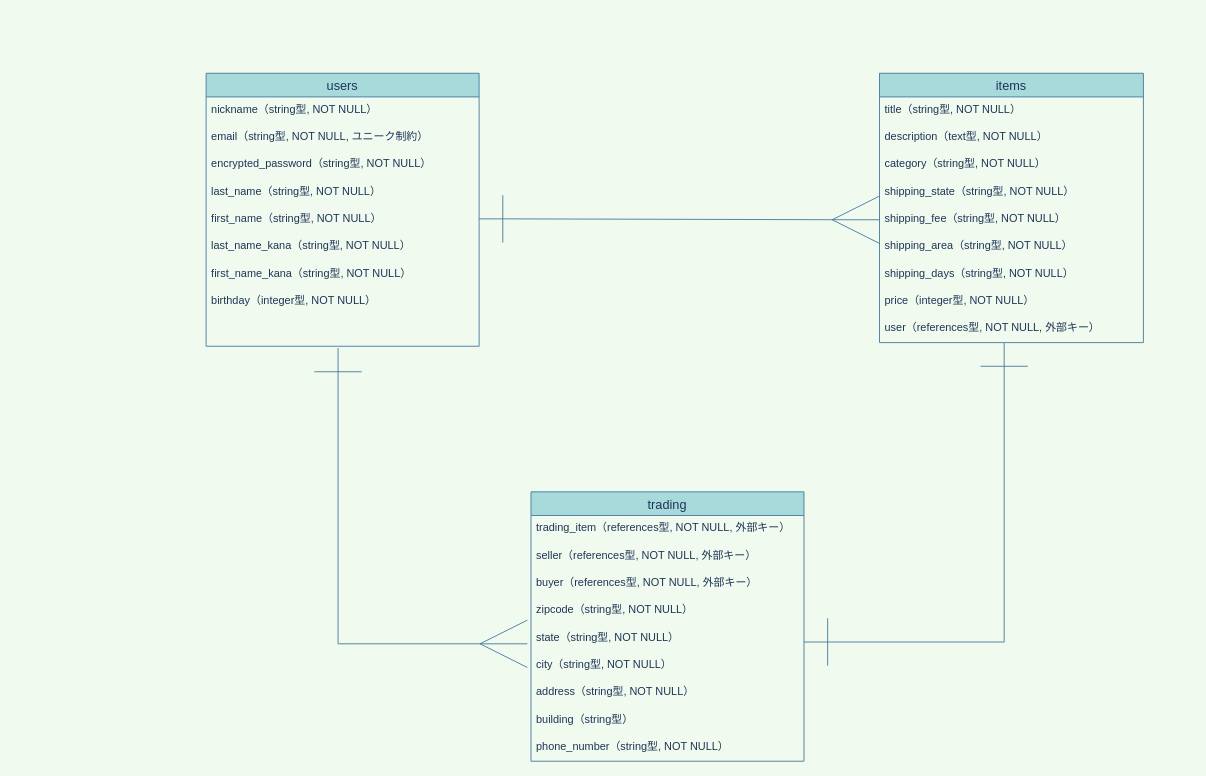
Earlier version of the draw.io diagram config/ER.dio (fe3524/furima-36476). Source tidied: cells renumbered, new cells numbered last; positions are measured from the earlier drawing's top-left corner, leaving out a move shared by most shapes. Both pictures are drawn from the tidied source at 91%, with x=0, y=0 at pixel (206, 73).
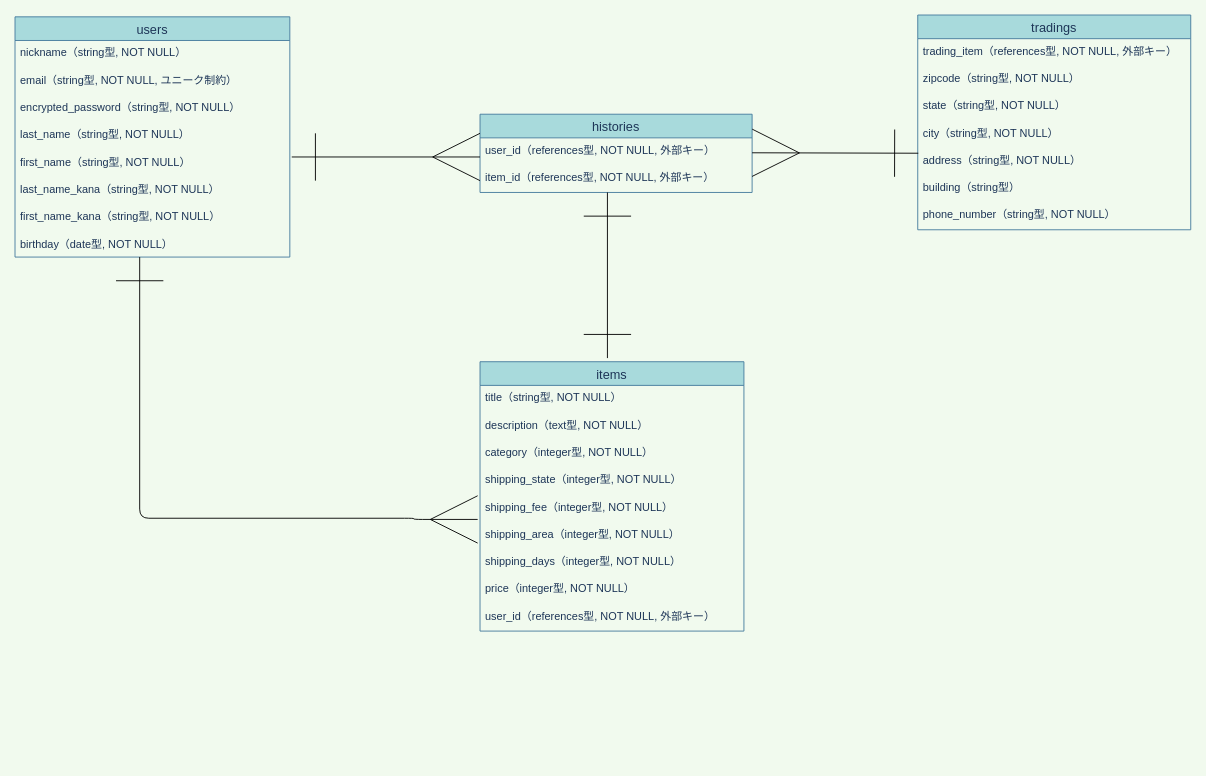
After the change.

Commit message (it also covers changes not shown here):
ER図／READMEの修正①

Change to the diagram source:
```diff
@@
     <mxCell id="2" value="users" style="swimlane;fontStyle=0;horizontal=1;startSize=26;align=center;fontSize=14;rounded=0;sketch=0;fillColor=#A8DADC;strokeColor=#457B9D;fontColor=#1D3557;" parent="1" vertex="1">
-      <mxGeometry width="300" height="300" as="geometry" />
+      <mxGeometry x="-210" y="-62" width="302" height="264" as="geometry" />
     </mxCell>
     <mxCell id="3" value="nickname（string型, NOT NULL）" style="text;strokeColor=none;fillColor=none;spacingLeft=4;spacingRight=4;overflow=hidden;fontSize=12;fontColor=#1D3557;" parent="2" vertex="1">
-      <mxGeometry y="26" width="300" height="30" as="geometry" />
+      <mxGeometry y="26" width="302" height="30" as="geometry" />
     </mxCell>
     <mxCell id="4" value="email（string型, NOT NULL, ユニーク制約）" style="text;strokeColor=none;fillColor=none;spacingLeft=4;spacingRight=4;overflow=hidden;fontSize=12;fontColor=#1D3557;" parent="2" vertex="1">
-      <mxGeometry y="56" width="300" height="30" as="geometry" />
+      <mxGeometry y="56" width="302" height="30" as="geometry" />
     </mxCell>
     <mxCell id="5" value="encrypted_password（string型, NOT NULL）" style="text;strokeColor=none;fillColor=none;spacingLeft=4;spacingRight=4;overflow=hidden;fontSize=12;fontColor=#1D3557;" parent="2" vertex="1">
-      <mxGeometry y="86" width="300" height="30" as="geometry" />
+      <mxGeometry y="86" width="302" height="30" as="geometry" />
     </mxCell>
     <mxCell id="6" value="last_name（string型, NOT NULL）" style="text;strokeColor=none;fillColor=none;spacingLeft=4;spacingRight=4;overflow=hidden;fontSize=12;fontColor=#1D3557;" parent="2" vertex="1">
-      <mxGeometry y="116" width="300" height="30" as="geometry" />
+      <mxGeometry y="116" width="302" height="30" as="geometry" />
     </mxCell>
     <mxCell id="7" value="first_name（string型, NOT NULL）" style="text;strokeColor=none;fillColor=none;spacingLeft=4;spacingRight=4;overflow=hidden;points=[[0,0.5],[1,0.5]];portConstraint=eastwest;fontSize=12;fontColor=#1D3557;" parent="2" vertex="1">
-      <mxGeometry y="146" width="300" height="30" as="geometry" />
+      <mxGeometry y="146" width="302" height="30" as="geometry" />
     </mxCell>
     <mxCell id="8" value="last_name_kana（string型, NOT NULL）" style="text;strokeColor=none;fillColor=none;spacingLeft=4;spacingRight=4;overflow=hidden;fontSize=12;fontColor=#1D3557;" parent="2" vertex="1">
-      <mxGeometry y="176" width="300" height="30" as="geometry" />
+      <mxGeometry y="176" width="302" height="30" as="geometry" />
     </mxCell>
     <mxCell id="9" value="first_name_kana（string型, NOT NULL）" style="text;strokeColor=none;fillColor=none;spacingLeft=4;spacingRight=4;overflow=hidden;fontSize=12;fontColor=#1D3557;" parent="2" vertex="1">
-      <mxGeometry y="206" width="300" height="30" as="geometry" />
+      <mxGeometry y="206" width="302" height="30" as="geometry" />
     </mxCell>
-    <mxCell id="10" value="birthday（integer型, NOT NULL）" style="text;strokeColor=none;fillColor=none;spacingLeft=4;spacingRight=4;overflow=hidden;fontSize=12;fontColor=#1D3557;" parent="2" vertex="1">
-      <mxGeometry y="236" width="300" height="64" as="geometry" />
+    <mxCell id="10" value="birthday（date型, NOT NULL）" style="text;strokeColor=none;fillColor=none;spacingLeft=4;spacingRight=4;overflow=hidden;fontSize=12;fontColor=#1D3557;" parent="2" vertex="1">
+      <mxGeometry y="236" width="302" height="28" as="geometry" />
     </mxCell>
     <mxCell id="11" value="items" style="swimlane;fontStyle=0;horizontal=1;startSize=26;align=center;fontSize=14;rounded=0;sketch=0;fillColor=#A8DADC;strokeColor=#457B9D;fontColor=#1D3557;" parent="1" vertex="1">
-      <mxGeometry x="740" width="290" height="296" as="geometry" />
+      <mxGeometry x="301" y="317" width="290" height="296" as="geometry" />
     </mxCell>
@@
-    <mxCell id="14" value="category（string型, NOT NULL）" style="text;strokeColor=none;fillColor=none;spacingLeft=4;spacingRight=4;overflow=hidden;fontSize=12;fontColor=#1D3557;" parent="11" vertex="1">
+    <mxCell id="14" value="category（integer型, NOT NULL）" style="text;strokeColor=none;fillColor=none;spacingLeft=4;spacingRight=4;overflow=hidden;fontSize=12;fontColor=#1D3557;" parent="11" vertex="1">
       <mxGeometry y="86" width="290" height="30" as="geometry" />
     </mxCell>
-    <mxCell id="15" value="shipping_state（string型, NOT NULL）" style="text;strokeColor=none;fillColor=none;spacingLeft=4;spacingRight=4;overflow=hidden;fontSize=12;fontColor=#1D3557;" parent="11" vertex="1">
+    <mxCell id="15" value="shipping_state（integer型, NOT NULL）" style="text;strokeColor=none;fillColor=none;spacingLeft=4;spacingRight=4;overflow=hidden;fontSize=12;fontColor=#1D3557;" parent="11" vertex="1">
       <mxGeometry y="116" width="290" height="30" as="geometry" />
     </mxCell>
-    <mxCell id="16" value="shipping_fee（string型, NOT NULL）" style="text;strokeColor=none;fillColor=none;spacingLeft=4;spacingRight=4;overflow=hidden;points=[[0,0.5],[1,0.5]];portConstraint=eastwest;fontSize=12;fontColor=#1D3557;" parent="11" vertex="1">
+    <mxCell id="16" value="shipping_fee（integer型, NOT NULL）" style="text;strokeColor=none;fillColor=none;spacingLeft=4;spacingRight=4;overflow=hidden;points=[[0,0.5],[1,0.5]];portConstraint=eastwest;fontSize=12;fontColor=#1D3557;" parent="11" vertex="1">
       <mxGeometry y="146" width="290" height="30" as="geometry" />
     </mxCell>
-    <mxCell id="17" value="shipping_area（string型, NOT NULL）" style="text;strokeColor=none;fillColor=none;spacingLeft=4;spacingRight=4;overflow=hidden;points=[[0,0.5],[1,0.5]];portConstraint=eastwest;fontSize=12;fontColor=#1D3557;" parent="11" vertex="1">
+    <mxCell id="17" value="shipping_area（integer型, NOT NULL）" style="text;strokeColor=none;fillColor=none;spacingLeft=4;spacingRight=4;overflow=hidden;points=[[0,0.5],[1,0.5]];portConstraint=eastwest;fontSize=12;fontColor=#1D3557;" parent="11" vertex="1">
       <mxGeometry y="176" width="290" height="30" as="geometry" />
     </mxCell>
-    <mxCell id="18" value="shipping_days（string型, NOT NULL）" style="text;strokeColor=none;fillColor=none;spacingLeft=4;spacingRight=4;overflow=hidden;fontSize=12;fontColor=#1D3557;" parent="11" vertex="1">
+    <mxCell id="18" value="shipping_days（integer型, NOT NULL）" style="text;strokeColor=none;fillColor=none;spacingLeft=4;spacingRight=4;overflow=hidden;fontSize=12;fontColor=#1D3557;" parent="11" vertex="1">
       <mxGeometry y="206" width="290" height="30" as="geometry" />
     </mxCell>
@@
-    <mxCell id="20" value="user（references型, NOT NULL, 外部キー）" style="text;strokeColor=none;fillColor=none;spacingLeft=4;spacingRight=4;overflow=hidden;fontSize=12;fontColor=#1D3557;" parent="11" vertex="1">
+    <mxCell id="20" value="user_id（references型, NOT NULL, 外部キー）" style="text;strokeColor=none;fillColor=none;spacingLeft=4;spacingRight=4;overflow=hidden;fontSize=12;fontColor=#1D3557;" parent="11" vertex="1">
       <mxGeometry y="266" width="290" height="30" as="geometry" />
     </mxCell>
-    <mxCell id="21" value="trading" style="swimlane;fontStyle=0;horizontal=1;startSize=26;align=center;fontSize=14;rounded=0;sketch=0;fillColor=#A8DADC;strokeColor=#457B9D;fontColor=#1D3557;" parent="1" vertex="1">
-      <mxGeometry x="357" y="460" width="300" height="296" as="geometry" />
+    <mxCell id="21" value="tradings" style="swimlane;fontStyle=0;horizontal=1;startSize=26;align=center;fontSize=14;rounded=0;sketch=0;fillColor=#A8DADC;strokeColor=#457B9D;fontColor=#1D3557;" parent="1" vertex="1">
+      <mxGeometry x="782" y="-64" width="300" height="236" as="geometry" />
     </mxCell>
@@
-    <mxCell id="23" value="seller（references型, NOT NULL, 外部キー）" style="text;strokeColor=none;fillColor=none;spacingLeft=4;spacingRight=4;overflow=hidden;fontSize=12;fontColor=#1D3557;" parent="21" vertex="1">
-      <mxGeometry y="56" width="300" height="30" as="geometry" />
-    </mxCell>
-    <mxCell id="24" value="buyer（references型, NOT NULL, 外部キー）" style="text;strokeColor=none;fillColor=none;spacingLeft=4;spacingRight=4;overflow=hidden;fontSize=12;fontColor=#1D3557;" parent="21" vertex="1">
-      <mxGeometry y="86" width="300" height="30" as="geometry" />
-    </mxCell>
     <mxCell id="25" value="zipcode（string型, NOT NULL）" style="text;strokeColor=none;fillColor=none;spacingLeft=4;spacingRight=4;overflow=hidden;fontSize=12;fontColor=#1D3557;" parent="21" vertex="1">
-      <mxGeometry y="116" width="300" height="30" as="geometry" />
+      <mxGeometry y="56" width="300" height="30" as="geometry" />
     </mxCell>
     <mxCell id="26" value="state（string型, NOT NULL）" style="text;strokeColor=none;fillColor=none;spacingLeft=4;spacingRight=4;overflow=hidden;fontSize=12;fontColor=#1D3557;" parent="21" vertex="1">
-      <mxGeometry y="146" width="300" height="30" as="geometry" />
+      <mxGeometry y="86" width="300" height="30" as="geometry" />
     </mxCell>
     <mxCell id="27" value="city（string型, NOT NULL）" style="text;strokeColor=none;fillColor=none;spacingLeft=4;spacingRight=4;overflow=hidden;fontSize=12;fontColor=#1D3557;" parent="21" vertex="1">
-      <mxGeometry y="176" width="300" height="30" as="geometry" />
+      <mxGeometry y="116" width="300" height="30" as="geometry" />
     </mxCell>
     <mxCell id="28" value="address（string型, NOT NULL）" style="text;strokeColor=none;fillColor=none;spacingLeft=4;spacingRight=4;overflow=hidden;points=[[0,0.5],[1,0.5]];portConstraint=eastwest;fontSize=12;fontColor=#1D3557;" parent="21" vertex="1">
-      <mxGeometry y="206" width="300" height="30" as="geometry" />
+      <mxGeometry y="146" width="300" height="30" as="geometry" />
     </mxCell>
     <mxCell id="29" value="building（string型）" style="text;strokeColor=none;fillColor=none;spacingLeft=4;spacingRight=4;overflow=hidden;fontSize=12;fontColor=#1D3557;" parent="21" vertex="1">
-      <mxGeometry y="236" width="300" height="30" as="geometry" />
+      <mxGeometry y="176" width="300" height="30" as="geometry" />
     </mxCell>
     <mxCell id="30" value="phone_number（string型, NOT NULL）" style="text;strokeColor=none;fillColor=none;spacingLeft=4;spacingRight=4;overflow=hidden;fontSize=12;fontColor=#1D3557;" parent="21" vertex="1">
-      <mxGeometry y="266" width="300" height="30" as="geometry" />
+      <mxGeometry y="206" width="300" height="30" as="geometry" />
     </mxCell>
-    <mxCell id="31" style="edgeStyle=entityRelationEdgeStyle;fontSize=12;html=1;endArrow=ERmany;entryX=0;entryY=0.5;entryDx=0;entryDy=0;endSize=50;startSize=50;labelBackgroundColor=#F1FAEE;strokeColor=#457B9D;fontColor=#1D3557;startArrow=ERone;startFill=0;endFill=0;" parent="1" edge="1" target="16">
-      <mxGeometry relative="1" as="geometry">
-        <mxPoint x="300" y="160" as="sourcePoint" />
-      </mxGeometry>
-    </mxCell>
-    <mxCell id="32" style="edgeStyle=orthogonalEdgeStyle;fontSize=12;html=1;endArrow=ERone;startArrow=ERone;fontColor=#1D3557;strokeColor=#457B9D;fillColor=#A8DADC;rounded=0;endSize=50;startSize=50;startFill=0;endFill=0;" parent="1" edge="1">
-      <mxGeometry relative="1" as="geometry">
-        <mxPoint x="657" y="625" as="sourcePoint" />
-        <mxPoint x="877" y="296" as="targetPoint" />
-        <Array as="points">
-          <mxPoint x="877" y="625" />
-        </Array>
-      </mxGeometry>
-    </mxCell>
-    <mxCell id="33" style="edgeStyle=orthogonalEdgeStyle;fontSize=12;html=1;endArrow=ERone;startArrow=ERmany;fontColor=#1D3557;strokeColor=#457B9D;fillColor=#A8DADC;rounded=0;endSize=50;startSize=50;startFill=0;endFill=0;" parent="1" edge="1">
-      <mxGeometry relative="1" as="geometry">
-        <mxPoint x="353" y="627" as="sourcePoint" />
-        <mxPoint x="145" y="302" as="targetPoint" />
-        <Array as="points">
-          <mxPoint x="145" y="627" />
-        </Array>
-      </mxGeometry>
+    <mxCell id="33" value="histories" style="swimlane;fontStyle=0;horizontal=1;startSize=26;align=center;fontSize=14;rounded=0;sketch=0;fillColor=#A8DADC;strokeColor=#457B9D;fontColor=#1D3557;" parent="1" vertex="1">
+      <mxGeometry x="301" y="45" width="299" height="86" as="geometry" />
     </mxCell>
+    <mxCell id="34" value="user_id（references型, NOT NULL, 外部キー）" style="text;strokeColor=none;fillColor=none;spacingLeft=4;spacingRight=4;overflow=hidden;fontSize=12;fontColor=#1D3557;" parent="33" vertex="1">
+      <mxGeometry y="26" width="299" height="30" as="geometry" />
+    </mxCell>
+    <mxCell id="35" value="item_id（references型, NOT NULL, 外部キー）" style="text;strokeColor=none;fillColor=none;spacingLeft=4;spacingRight=4;overflow=hidden;fontSize=12;fontColor=#1D3557;" parent="33" vertex="1">
+      <mxGeometry y="56" width="299" height="30" as="geometry" />
+    </mxCell>
+    <mxCell id="36" style="edgeStyle=orthogonalEdgeStyle;fontSize=12;html=1;endArrow=ERone;endFill=0;strokeColor=#000000;startSize=50;endSize=50;startArrow=ERmany;startFill=0;exitX=-0.009;exitY=-0.09;exitDx=0;exitDy=0;exitPerimeter=0;" parent="1" edge="1" source="17">
+      <mxGeometry relative="1" as="geometry">
+        <mxPoint x="-73" y="202" as="targetPoint" />
+        <Array as="points">
+          <mxPoint x="228" y="490" />
+          <mxPoint x="-73" y="489" />
+        </Array>
+      </mxGeometry>
+    </mxCell>
+    <mxCell id="37" style="fontSize=12;html=1;endArrow=ERone;endFill=0;strokeColor=#000000;startSize=50;endSize=50;startArrow=ERmany;startFill=0;entryX=1.007;entryY=0.267;entryDx=0;entryDy=0;entryPerimeter=0;" parent="1" edge="1" target="7">
+      <mxGeometry relative="1" as="geometry">
+        <mxPoint x="301" y="92" as="sourcePoint" />
+      </mxGeometry>
+    </mxCell>
+    <mxCell id="38" style="fontSize=12;html=1;endArrow=ERone;endFill=0;strokeColor=#000000;startSize=50;endSize=50;startArrow=ERmany;startFill=0;entryX=0.002;entryY=0.196;entryDx=0;entryDy=0;entryPerimeter=0;" parent="1" edge="1" target="28">
+      <mxGeometry relative="1" as="geometry">
+        <mxPoint x="600" y="87.4" as="sourcePoint" />
+      </mxGeometry>
+    </mxCell>
+    <mxCell id="39" style="fontSize=12;html=1;endArrow=ERone;endFill=0;strokeColor=#000000;startSize=50;endSize=50;startArrow=ERone;startFill=0;" parent="1" edge="1">
+      <mxGeometry relative="1" as="geometry">
+        <mxPoint x="441" y="131" as="sourcePoint" />
+        <mxPoint x="441" y="313" as="targetPoint" />
+      </mxGeometry>
+    </mxCell>
```
